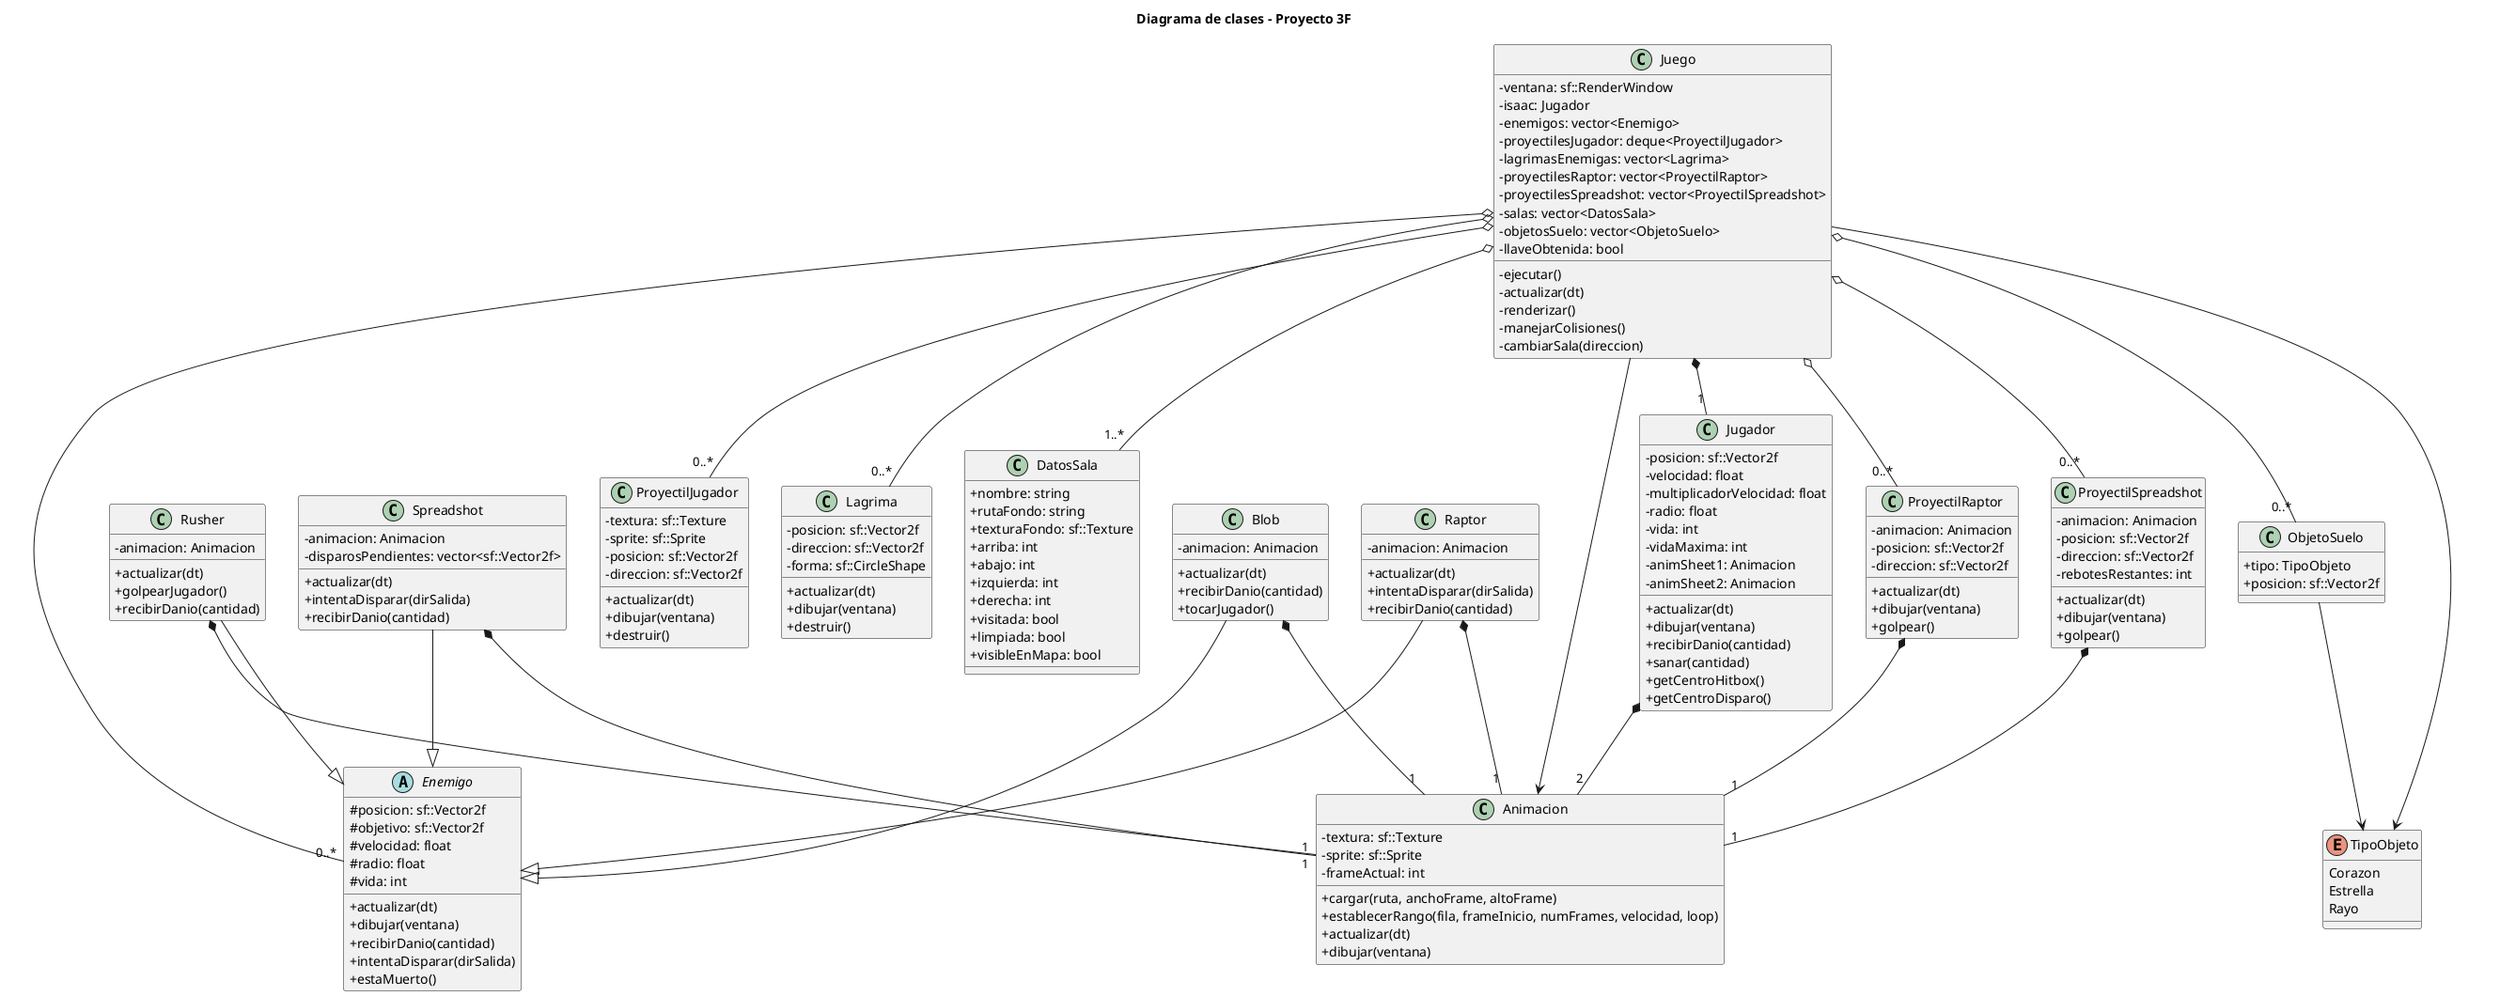
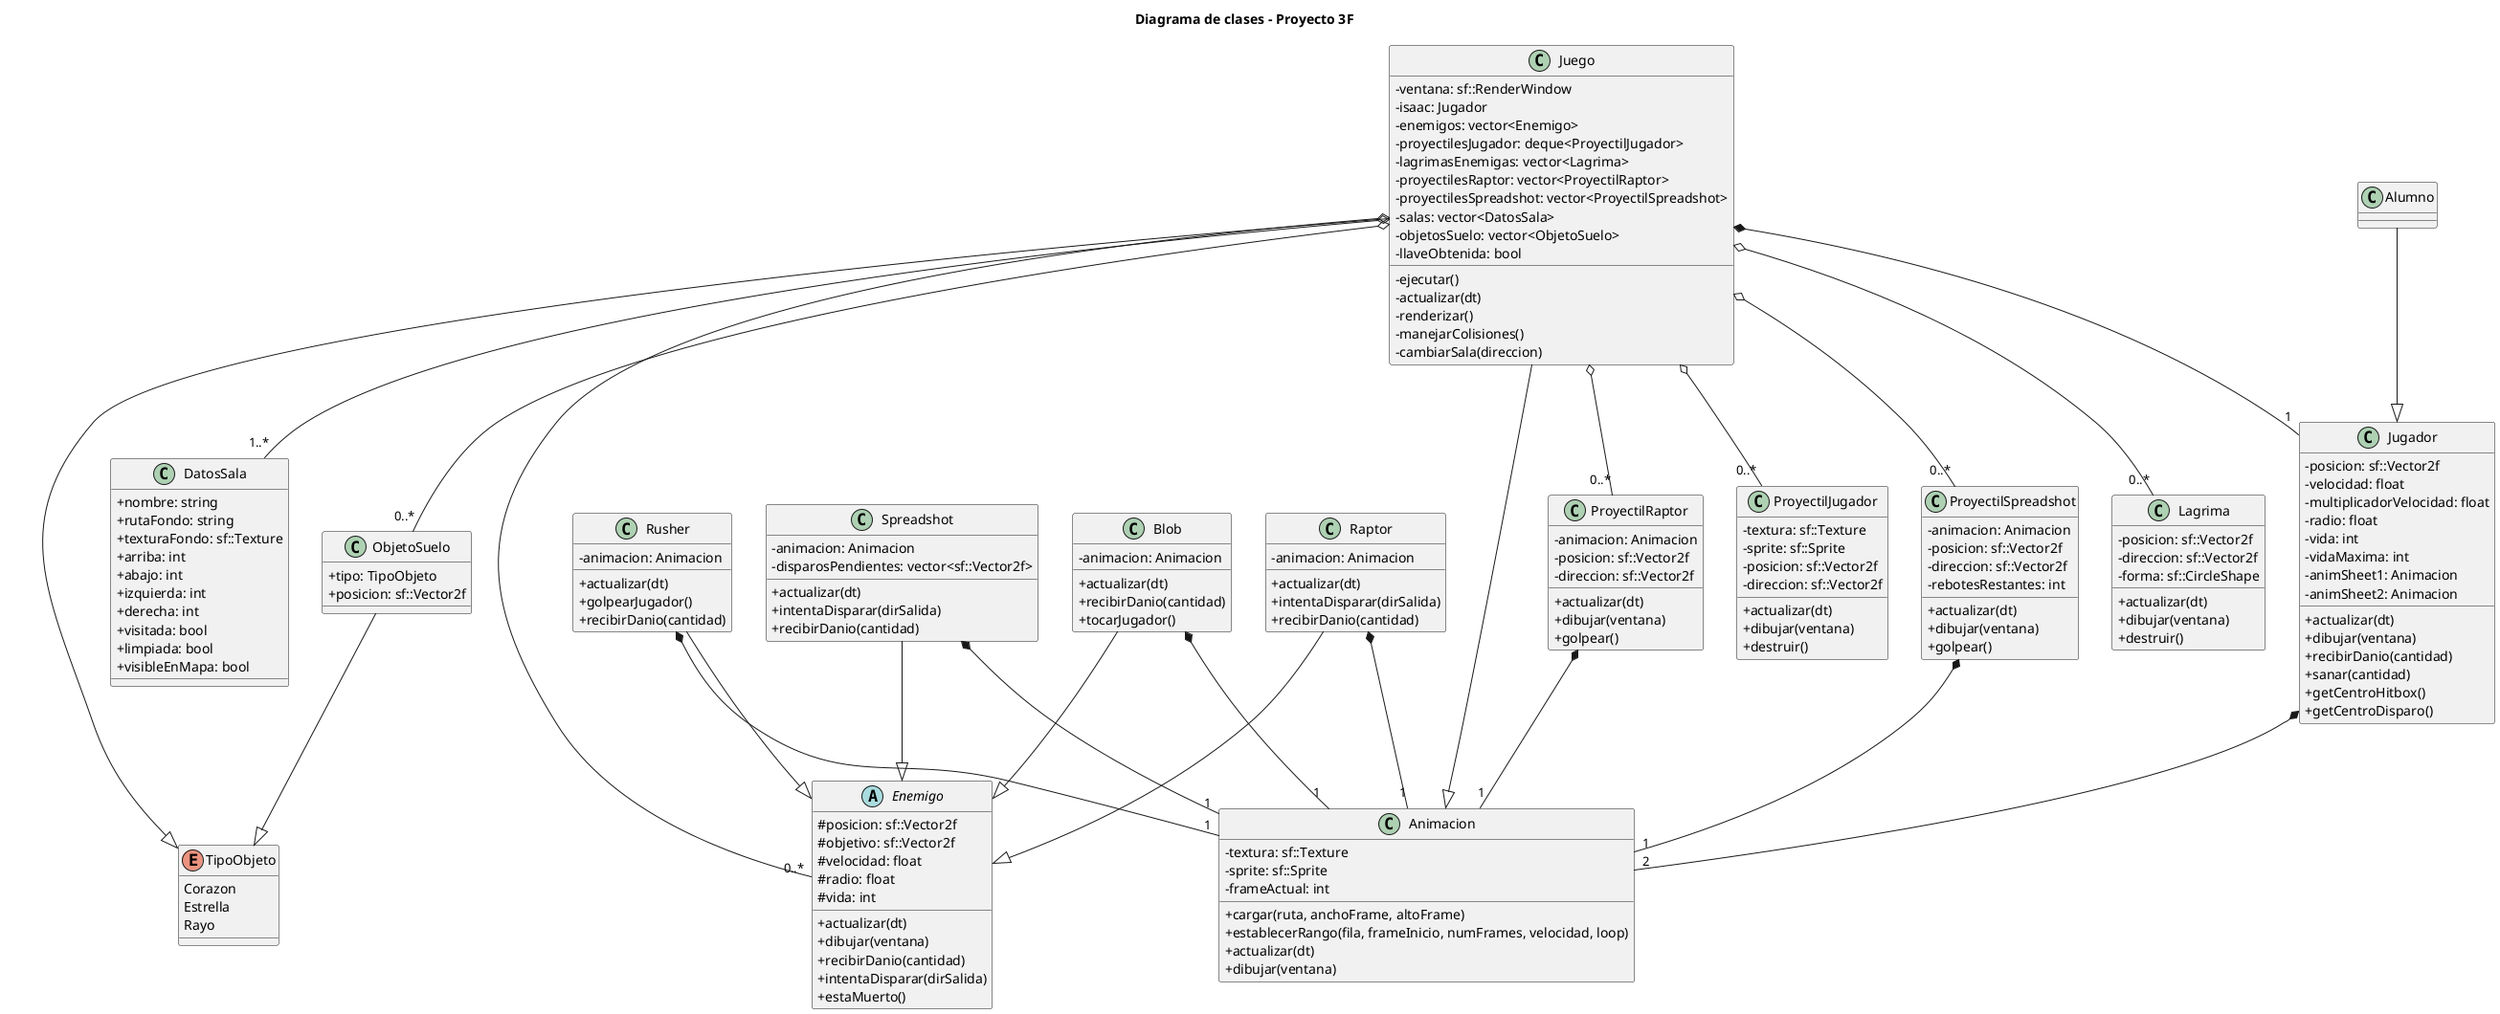
@startuml
title Diagrama de clases - Proyecto 3F

skinparam classAttributeIconSize 0

class Juego {
  -ventana: sf::RenderWindow
  -isaac: Jugador
  -enemigos: vector<Enemigo>
  -proyectilesJugador: deque<ProyectilJugador>
  -lagrimasEnemigas: vector<Lagrima>
  -proyectilesRaptor: vector<ProyectilRaptor>
  -proyectilesSpreadshot: vector<ProyectilSpreadshot>
  -salas: vector<DatosSala>
  -objetosSuelo: vector<ObjetoSuelo>
  -llaveObtenida: bool
  -ejecutar()
  -actualizar(dt)
  -renderizar()
  -manejarColisiones()
  -cambiarSala(direccion)
}

class Jugador {
  -posicion: sf::Vector2f
  -velocidad: float
  -multiplicadorVelocidad: float
  -radio: float
  -vida: int
  -vidaMaxima: int
  -animSheet1: Animacion
  -animSheet2: Animacion
  +actualizar(dt)
  +dibujar(ventana)
  +recibirDanio(cantidad)
  +sanar(cantidad)
  +getCentroHitbox()
  +getCentroDisparo()
}
+ Alumno --|> Jugador

abstract class Enemigo {
  #posicion: sf::Vector2f
  #objetivo: sf::Vector2f
  #velocidad: float
  #radio: float
  #vida: int
  +actualizar(dt)
  +dibujar(ventana)
  +recibirDanio(cantidad)
  +intentaDisparar(dirSalida)
  +estaMuerto()
}

class Blob {
  -animacion: Animacion
  +actualizar(dt)
  +recibirDanio(cantidad)
  +tocarJugador()
}

class Raptor {
  -animacion: Animacion
  +actualizar(dt)
  +intentaDisparar(dirSalida)
  +recibirDanio(cantidad)
}

class Rusher {
  -animacion: Animacion
  +actualizar(dt)
  +golpearJugador()
  +recibirDanio(cantidad)
}

class Spreadshot {
  -animacion: Animacion
  -disparosPendientes: vector<sf::Vector2f>
  +actualizar(dt)
  +intentaDisparar(dirSalida)
  +recibirDanio(cantidad)
}

class Animacion {
  -textura: sf::Texture
  -sprite: sf::Sprite
  -frameActual: int
  +cargar(ruta, anchoFrame, altoFrame)
  +establecerRango(fila, frameInicio, numFrames, velocidad, loop)
  +actualizar(dt)
  +dibujar(ventana)
}

class ProyectilJugador {
  -textura: sf::Texture
  -sprite: sf::Sprite
  -posicion: sf::Vector2f
  -direccion: sf::Vector2f
  +actualizar(dt)
  +dibujar(ventana)
  +destruir()
}

class Lagrima {
  -posicion: sf::Vector2f
  -direccion: sf::Vector2f
  -forma: sf::CircleShape
  +actualizar(dt)
  +dibujar(ventana)
  +destruir()
}

class ProyectilRaptor {
  -animacion: Animacion
  -posicion: sf::Vector2f
  -direccion: sf::Vector2f
  +actualizar(dt)
  +dibujar(ventana)
  +golpear()
}

class ProyectilSpreadshot {
  -animacion: Animacion
  -posicion: sf::Vector2f
  -direccion: sf::Vector2f
  -rebotesRestantes: int
  +actualizar(dt)
  +dibujar(ventana)
  +golpear()
}

class DatosSala {
  +nombre: string
  +rutaFondo: string
  +texturaFondo: sf::Texture
  +arriba: int
  +abajo: int
  +izquierda: int
  +derecha: int
  +visitada: bool
  +limpiada: bool
  +visibleEnMapa: bool
}

class ObjetoSuelo {
  +tipo: TipoObjeto
  +posicion: sf::Vector2f
}

enum TipoObjeto {
  Corazon
  Estrella
  Rayo
}

- ' Herencia: relación ES
+ 
Blob --|> Enemigo
Raptor --|> Enemigo
Rusher --|> Enemigo
Spreadshot --|> Enemigo

- ' Composición / agregación: relación TIENE
+ 
Juego *-- "1" Jugador
Juego o-- "0..*" Enemigo
Juego o-- "0..*" ProyectilJugador
Juego o-- "0..*" Lagrima
Juego o-- "0..*" ProyectilRaptor
Juego o-- "0..*" ProyectilSpreadshot
Juego o-- "1..*" DatosSala
Juego o-- "0..*" ObjetoSuelo

Jugador *-- "2" Animacion
Blob *-- "1" Animacion
Raptor *-- "1" Animacion
Rusher *-- "1" Animacion
Spreadshot *-- "1" Animacion
ProyectilRaptor *-- "1" Animacion
ProyectilSpreadshot *-- "1" Animacion
- ObjetoSuelo --> TipoObjeto
+ ObjetoSuelo --|> TipoObjeto

- ' Uso: relación USA dentro de la lógica de juego
- Juego --> TipoObjeto
- Juego --> Animacion
+ 
+ Juego --|> TipoObjeto
+ Juego --|> Animacion

@enduml
